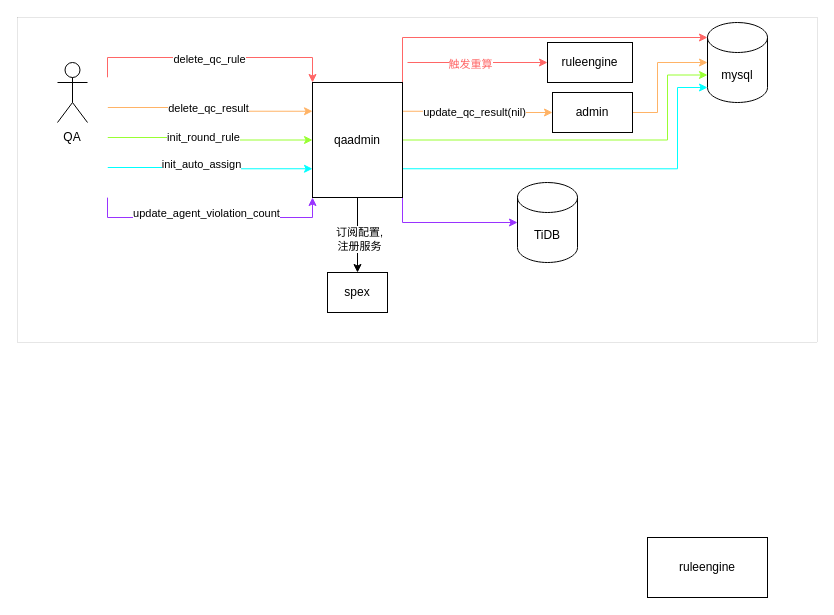
The draw.io diagram Untitled Diagram.drawio in IMSTlsc/gin, before the edit. Source tidied: cells renumbered, new cells numbered last; positions are measured from the earlier drawing's top-left corner, leaving out a move shared by most shapes. Both pictures are drawn from the tidied source at 100%, with x=0, y=0 at pixel (17, 17).
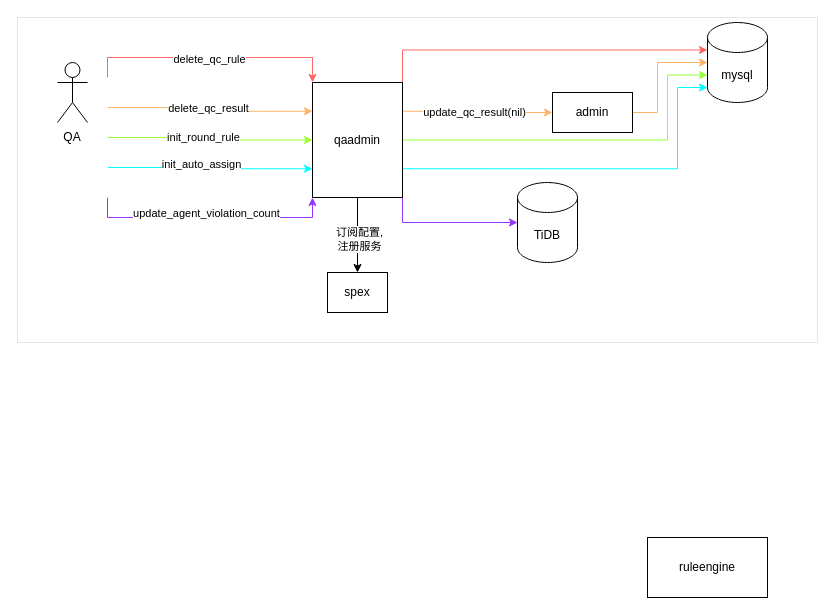
After the change.

Unchanged cells that the change refers to:
```xml
<mxCell id="3" value="mysql" style="shape=cylinder3;whiteSpace=wrap;html=1;boundedLbl=1;backgroundOutline=1;size=15;" parent="1" vertex="1">
  <mxGeometry x="690" y="5" width="60" height="80" as="geometry" />
</mxCell>
<mxCell id="13" value="qaadmin" style="rounded=0;whiteSpace=wrap;html=1;direction=east;" parent="1" vertex="1">
  <mxGeometry x="295" y="65" width="90" height="115" as="geometry" />
</mxCell>
```

The edit, as a diff of the source:
```diff
@@
-    <mxCell id="9" style="edgeStyle=orthogonalEdgeStyle;rounded=0;jettySize=auto;html=1;exitX=1;exitY=0;exitDx=0;exitDy=0;entryX=0;entryY=0;entryDx=0;entryDy=15;entryPerimeter=0;strokeColor=#FF6666;" parent="1" edge="1" source="13" target="3">
+    <mxCell id="9" style="edgeStyle=orthogonalEdgeStyle;rounded=0;jettySize=auto;html=1;exitX=1;exitY=0;exitDx=0;exitDy=0;entryX=0;entryY=0;entryDx=0;entryDy=27.5;entryPerimeter=0;strokeColor=#FF6666;" parent="1" edge="1" source="13" target="3">
       <mxGeometry relative="1" as="geometry" />
     </mxCell>
@@
-    <mxCell id="28" value="ruleengine" style="rounded=0;whiteSpace=wrap;html=1;" parent="1" vertex="1">
-      <mxGeometry x="530" y="25" width="85" height="40" as="geometry" />
-    </mxCell>
-    <mxCell id="29" style="endArrow=classic;html=1;rounded=0;strokeColor=#FF6666;entryX=0;entryY=0.5;entryDx=0;entryDy=0;" parent="1" edge="1" target="28">
-      <mxGeometry relative="1" as="geometry">
-        <mxPoint x="390" y="45" as="sourcePoint" />
-      </mxGeometry>
-    </mxCell>
-    <mxCell id="30" value="触发重算" style="edgeLabel;html=1;align=center;verticalAlign=middle;fontColor=#FF6666;" parent="29" vertex="1">
-      <mxGeometry x="-0.12" y="-1" relative="1" as="geometry" />
-    </mxCell>
```
